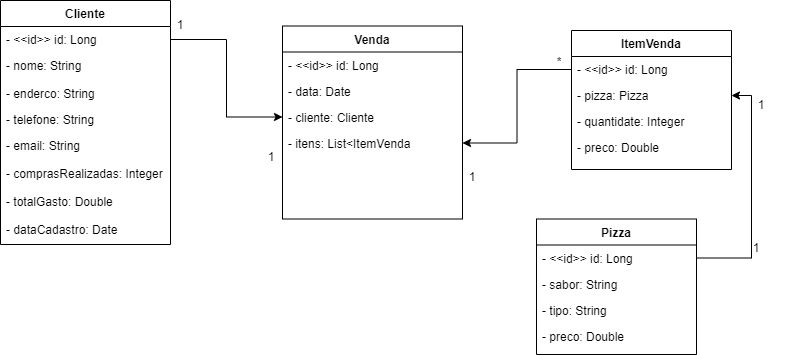
alexeydf/becaDesafioAlexey keeps this draw.io diagram as img/modelo01.png. Above is the earlier version. Source tidied: cells renumbered, new cells last; positions are measured from the earlier drawing's top-left corner, leaving out a move shared by most shapes.
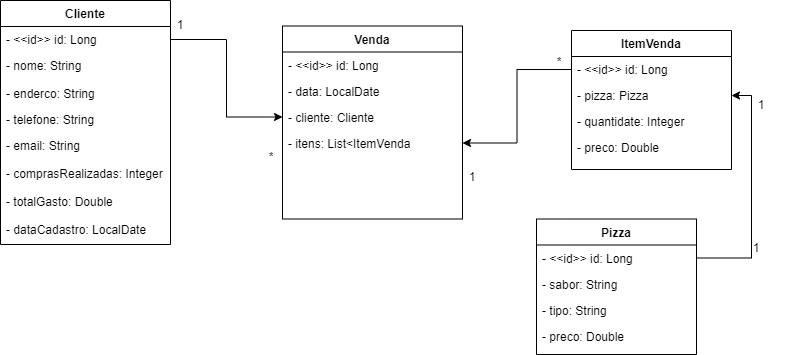
The same diagram one commit later.

What changed in the source:
```diff
@@ -26,7 +26,7 @@
     <mxCell id="9" value="- totalGasto: Double" style="text;align=left;verticalAlign=top;spacingLeft=4;spacingRight=4;overflow=hidden;rounded=0;shadow=0;html=0;" parent="2" vertex="1">
       <mxGeometry y="188" width="170" height="28" as="geometry" />
     </mxCell>
-    <mxCell id="10" value="- dataCadastro: Date" style="text;align=left;verticalAlign=top;spacingLeft=4;spacingRight=4;overflow=hidden;rounded=0;shadow=0;html=0;" parent="2" vertex="1">
+    <mxCell id="10" value="- dataCadastro: LocalDate" style="text;align=left;verticalAlign=top;spacingLeft=4;spacingRight=4;overflow=hidden;rounded=0;shadow=0;html=0;" parent="2" vertex="1">
       <mxGeometry y="216" width="170" height="28" as="geometry" />
     </mxCell>
     <mxCell id="11" value="Venda" style="swimlane;fontStyle=1;align=center;verticalAlign=top;horizontal=1;startSize=26;rounded=0;shadow=0;strokeWidth=1;" parent="1" vertex="1">
@@ -35,7 +35,7 @@
     <mxCell id="12" value="- &lt;&lt;id&gt;&gt; id: Long" style="text;align=left;verticalAlign=top;spacingLeft=4;spacingRight=4;overflow=hidden;" parent="11" vertex="1">
       <mxGeometry y="26" width="180" height="26" as="geometry" />
     </mxCell>
-    <mxCell id="13" value="- data: Date" style="text;align=left;verticalAlign=top;spacingLeft=4;spacingRight=4;overflow=hidden;" parent="11" vertex="1">
+    <mxCell id="13" value="- data: LocalDate" style="text;align=left;verticalAlign=top;spacingLeft=4;spacingRight=4;overflow=hidden;" parent="11" vertex="1">
       <mxGeometry y="52" width="180" height="26" as="geometry" />
     </mxCell>
     <mxCell id="14" value="- cliente: Cliente" style="text;align=left;verticalAlign=top;spacingLeft=4;spacingRight=4;overflow=hidden;points=[[0,0.5],[1,0.5]];portConstraint=eastwest;" parent="11" vertex="1">
@@ -86,7 +86,7 @@
     <mxCell id="29" value="1" style="text;html=1;strokeColor=none;fillColor=none;align=center;verticalAlign=middle;whiteSpace=wrap;rounded=0;" parent="1" vertex="1">
       <mxGeometry x="173" y="10" width="14" height="30" as="geometry" />
     </mxCell>
-    <mxCell id="30" value="1" style="text;html=1;strokeColor=none;fillColor=none;align=center;verticalAlign=middle;whiteSpace=wrap;rounded=0;" parent="1" vertex="1">
+    <mxCell id="30" value="*" style="text;html=1;strokeColor=none;fillColor=none;align=center;verticalAlign=middle;whiteSpace=wrap;rounded=0;" parent="1" vertex="1">
       <mxGeometry x="241" y="142" width="60" height="30" as="geometry" />
     </mxCell>
     <mxCell id="31" value="1" style="text;html=1;strokeColor=none;fillColor=none;align=center;verticalAlign=middle;whiteSpace=wrap;rounded=0;" parent="1" vertex="1">
```
